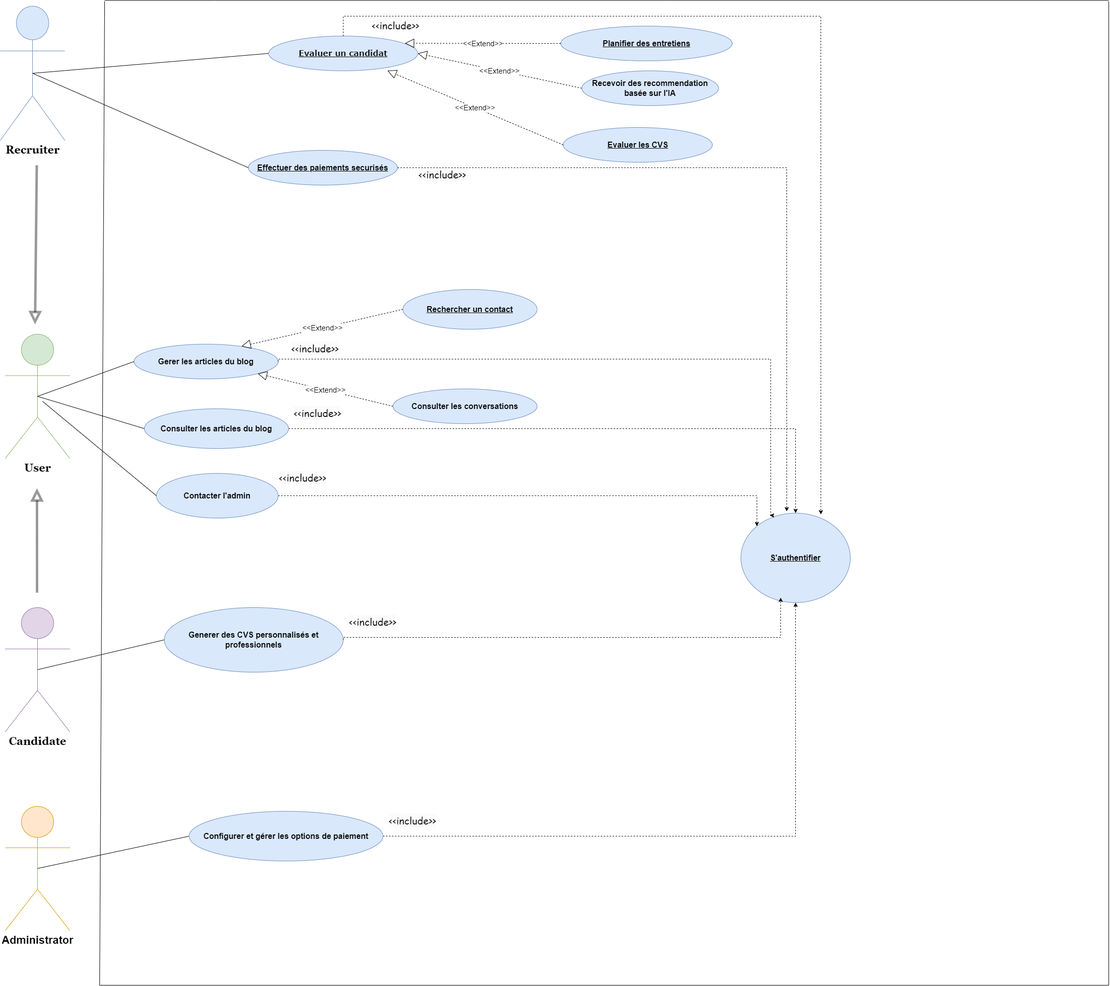
Earlier version of the draw.io export Diagramme cas utilisation sprint3.drawio.png (chirine1/-project). Source tidied: cells renumbered, new cells last; positions are measured from the earlier drawing's top-left corner, leaving out a move shared by most shapes.
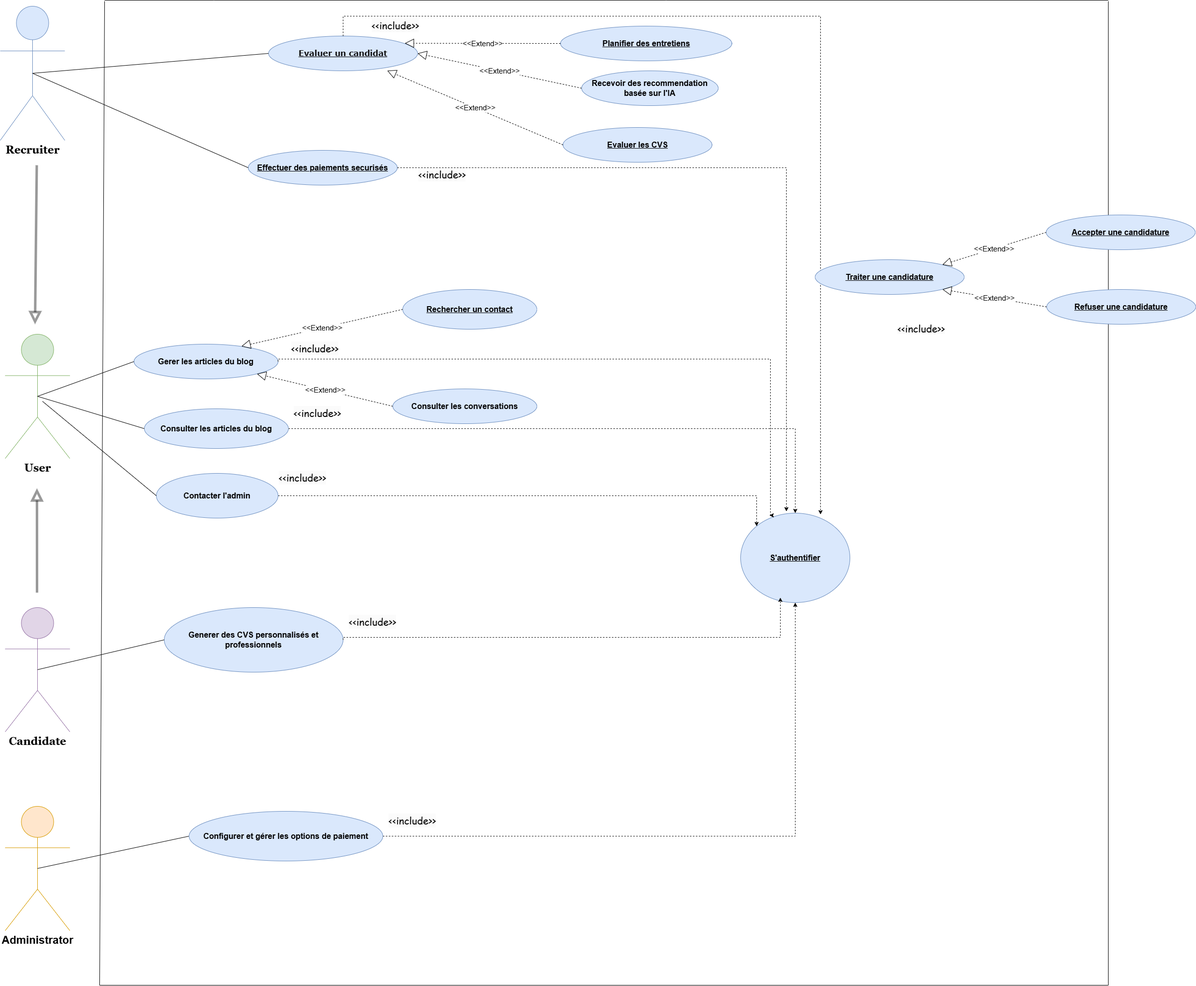
After the commit.

Commit message:
Mettre à jour Diagramme cas utilisation sprint3.drawio.png

The edit, as a diff of the source:
```diff
@@ -210,5 +210,23 @@
     <mxCell id="52" value="&lt;span style=&quot;color: rgb(0, 0, 0); font-family: &amp;quot;Comic Sans MS&amp;quot;; font-size: 20px; font-style: normal; font-variant-ligatures: normal; font-variant-caps: normal; font-weight: 400; letter-spacing: normal; orphans: 2; text-align: center; text-indent: 0px; text-transform: none; widows: 2; word-spacing: 0px; -webkit-text-stroke-width: 0px; background-color: rgb(251, 251, 251); text-decoration-thickness: initial; text-decoration-style: initial; text-decoration-color: initial; float: none; display: inline !important;&quot;&gt;&amp;lt;&amp;lt;include&amp;gt;&amp;gt;&lt;/span&gt;" style="text;whiteSpace=wrap;html=1;" parent="1" vertex="1">
       <mxGeometry x="780" y="1632" width="130" height="50" as="geometry" />
     </mxCell>
+    <mxCell id="53" value="&lt;span style=&quot;color: rgb(0, 0, 0); font-style: normal; font-variant-ligatures: normal; font-variant-caps: normal; font-weight: 400; letter-spacing: normal; orphans: 2; text-indent: 0px; text-transform: none; widows: 2; word-spacing: 0px; -webkit-text-stroke-width: 0px; background-color: rgb(251, 251, 251); text-decoration-thickness: initial; text-decoration-style: initial; text-decoration-color: initial; float: none; display: inline !important;&quot;&gt;&lt;font style=&quot;font-size: 20px;&quot; face=&quot;Comic Sans MS&quot;&gt;&amp;lt;&amp;lt;include&amp;gt;&amp;gt;&lt;/font&gt;&lt;/span&gt;" style="text;whiteSpace=wrap;html=1;align=center;" parent="1" vertex="1">
+      <mxGeometry x="1789.1" y="642" width="130" height="40" as="geometry" />
+    </mxCell>
+    <mxCell id="54" value="&lt;b style=&quot;font-size: 16px;&quot;&gt;Traiter une candidature&lt;/b&gt;" style="ellipse;whiteSpace=wrap;html=1;align=center;fontStyle=4;fillColor=#dae8fc;strokeColor=#6c8ebf;" parent="1" vertex="1">
+      <mxGeometry x="1640" y="522" width="300" height="70" as="geometry" />
+    </mxCell>
+    <mxCell id="55" value="&lt;div&gt;&lt;span style=&quot;font-size: 16px;&quot;&gt;&lt;b&gt;Accepter une candidature&lt;/b&gt;&lt;/span&gt;&lt;/div&gt;" style="ellipse;whiteSpace=wrap;html=1;align=center;fontStyle=4;fillColor=#dae8fc;strokeColor=#6c8ebf;" parent="1" vertex="1">
+      <mxGeometry x="2105" y="432" width="300" height="70" as="geometry" />
+    </mxCell>
+    <mxCell id="56" value="&lt;div&gt;&lt;span style=&quot;font-size: 16px;&quot;&gt;&lt;b&gt;Refuser une candidature&lt;/b&gt;&lt;/span&gt;&lt;/div&gt;" style="ellipse;whiteSpace=wrap;html=1;align=center;fontStyle=4;fillColor=#dae8fc;strokeColor=#6c8ebf;" parent="1" vertex="1">
+      <mxGeometry x="2106" y="582" width="300" height="70" as="geometry" />
+    </mxCell>
+    <mxCell id="57" value="&lt;font style=&quot;font-size: 15px;&quot;&gt;&amp;lt;&amp;lt;Extend&amp;gt;&amp;gt;&lt;/font&gt;" style="endArrow=block;endSize=16;endFill=0;html=1;rounded=0;entryX=1;entryY=0;entryDx=0;entryDy=0;exitX=0;exitY=0.5;exitDx=0;exitDy=0;dashed=1;" parent="1" edge="1" source="55" target="54">
+      <mxGeometry relative="1" as="geometry" />
+    </mxCell>
+    <mxCell id="58" value="&lt;font style=&quot;font-size: 15px;&quot;&gt;&amp;lt;&amp;lt;Extend&amp;gt;&amp;gt;&lt;/font&gt;" style="endArrow=block;endSize=16;endFill=0;html=1;rounded=0;entryX=1;entryY=1;entryDx=0;entryDy=0;exitX=0;exitY=0.5;exitDx=0;exitDy=0;dashed=1;" parent="1" edge="1" source="56" target="54">
+      <mxGeometry relative="1" as="geometry" />
+    </mxCell>
   </root>
 </mxGraphModel>
```
